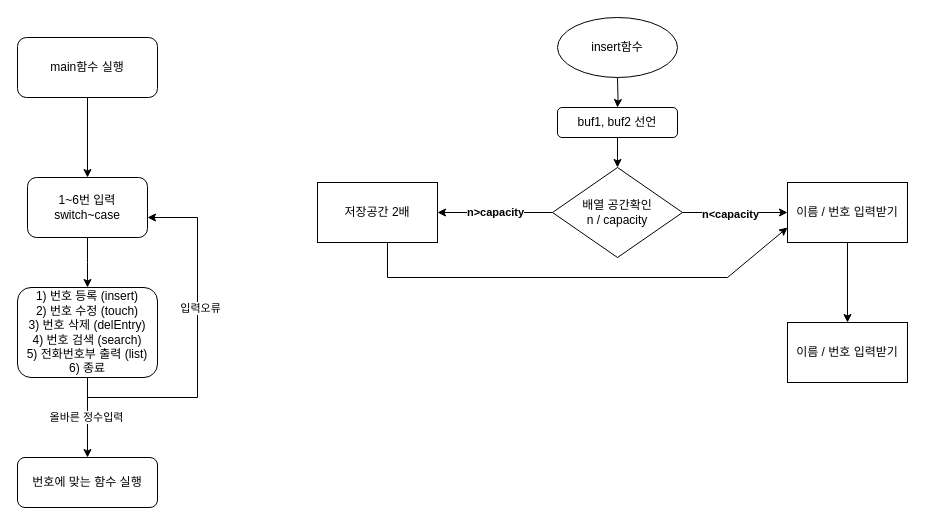
The draw.io diagram 1stProject_phonebook/202122404김표승 소프트웨어공학 1차프로젝트 전화번호부 코드 순서도.drawio in pyoseung74/202122404-2-2-software-engineering, before the edit. Source tidied: cells renumbered, new cells numbered last; positions are measured from the earlier drawing's top-left corner, leaving out a move shared by most shapes. Both pictures are drawn from the tidied source at 100%, with x=0, y=0 at pixel (17, 17).
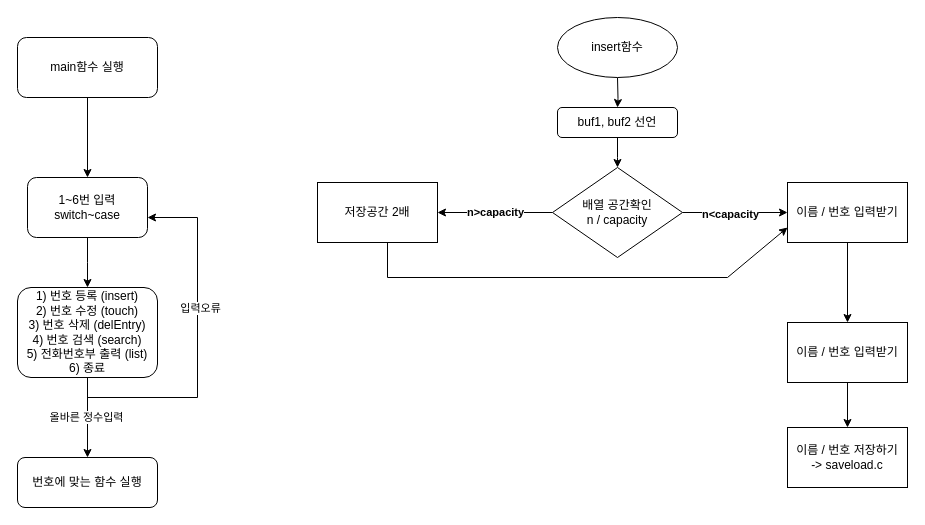
Above is the later version.

Commit message (it also covers changes not shown here):
202122404김표승 소프트웨어공학 1차프로젝트 전화번호부 코드 순서도.drawio 업데이트

The change refers to these unchanged cells:
```xml
<mxCell id="28" value="이름 / 번호 입력받기" style="whiteSpace=wrap;html=1;" parent="1" vertex="1">
  <mxGeometry x="770" y="305" width="120" height="60" as="geometry" />
</mxCell>
```

The edit, as a diff of the source:
```diff
@@
+    <mxCell id="30" style="edgeStyle=orthogonalEdgeStyle;rounded=0;jettySize=auto;html=1;" parent="1" edge="1" source="28" target="31">
+      <mxGeometry relative="1" as="geometry" />
+    </mxCell>
@@
+    <mxCell id="31" value="이름 / 번호 저장하기&lt;div&gt;-&amp;gt; saveload.c&lt;/div&gt;" style="whiteSpace=wrap;html=1;" parent="1" vertex="1">
+      <mxGeometry x="770" y="410" width="120" height="60" as="geometry" />
+    </mxCell>
```
